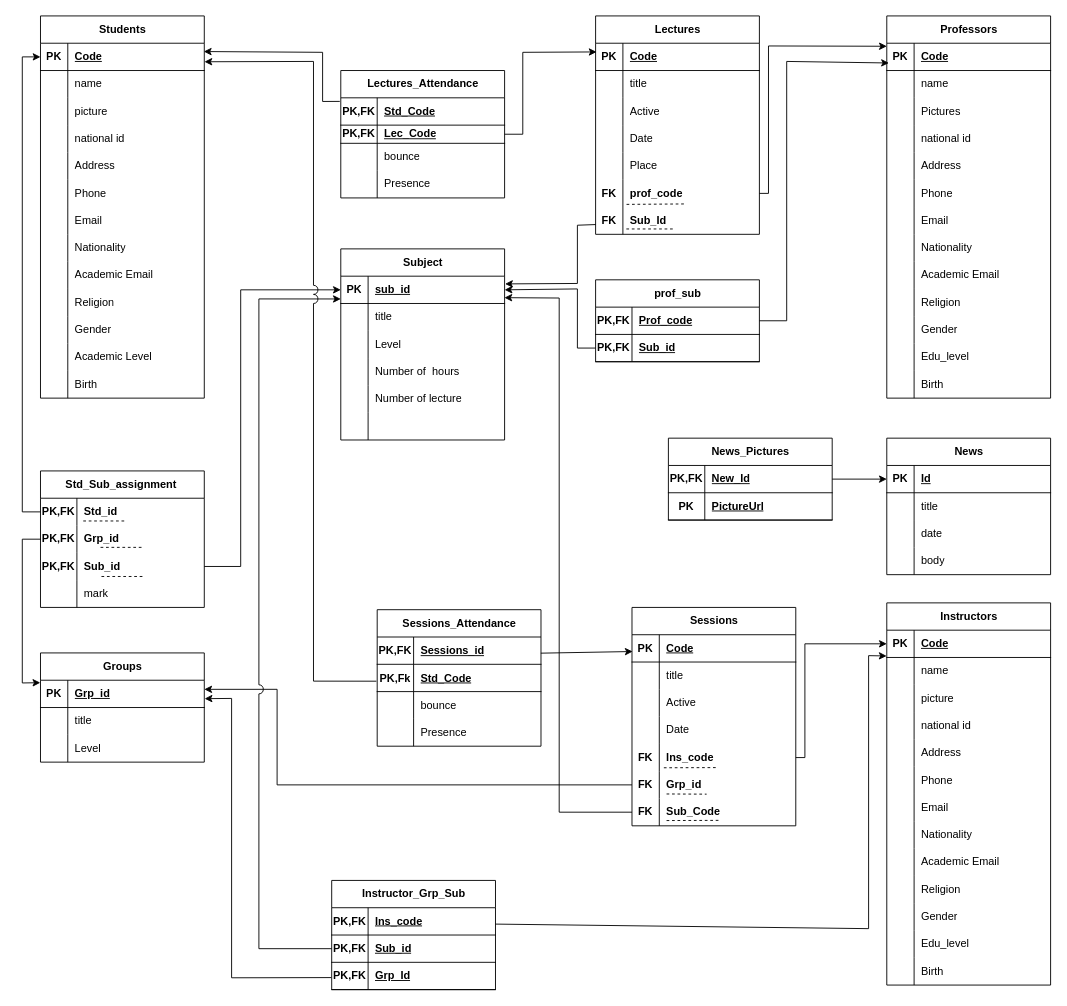
Before: Database/Mapping-schema.drawio in TulaBy/Documentation, a draw.io diagram. Source tidied: cells renumbered, new cells numbered last; positions are measured from the earlier drawing's top-left corner, leaving out a move shared by most shapes. Both pictures are drawn from the tidied source at 91%, with x=0, y=0 at pixel (22, 15).
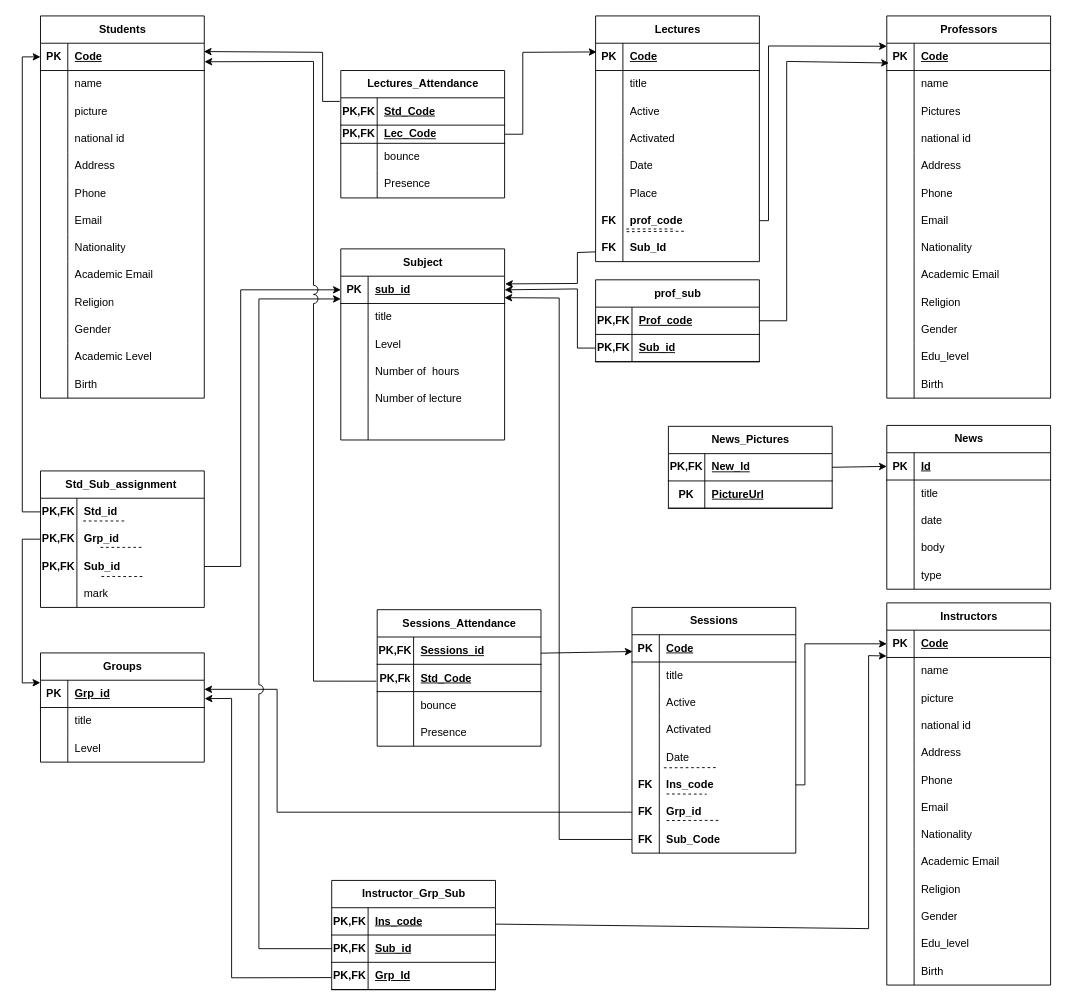
The same diagram, later.

Unchanged cells that the change refers to:
```xml
<mxCell id="56" style="shape=tableRow;horizontal=0;startSize=0;swimlaneHead=0;swimlaneBody=0;fillColor=none;points=[[0,0.5],[1,0.5]];portConstraint=eastwest;top=0;left=0;right=0;bottom=1;" parent="55" vertex="1">
  <mxGeometry y="30" width="180" height="30" as="geometry" />
</mxCell>
<mxCell id="66" style="shape=tableRow;horizontal=0;startSize=0;swimlaneHead=0;swimlaneBody=0;fillColor=none;points=[[0,0.5],[1,0.5]];portConstraint=eastwest;top=0;left=0;right=0;bottom=1;" parent="65" vertex="1">
  <mxGeometry y="30" width="180" height="30" as="geometry" />
</mxCell>
<mxCell id="144" style="shape=tableRow;horizontal=0;startSize=0;swimlaneHead=0;swimlaneBody=0;fillColor=none;points=[[0,0.5],[1,0.5]];portConstraint=eastwest;top=0;left=0;right=0;bottom=1;rounded=0;" parent="143" vertex="1">
  <mxGeometry y="30" width="180" height="30" as="geometry" />
</mxCell>
<mxCell id="193" style="shape=tableRow;horizontal=0;startSize=0;swimlaneHead=0;swimlaneBody=0;fillColor=none;points=[[0,0.5],[1,0.5]];portConstraint=eastwest;top=0;left=0;right=0;bottom=1;rounded=0;" parent="192" vertex="1">
  <mxGeometry y="30" width="180" height="30" as="geometry" />
</mxCell>
```

What changed in the source:
```diff
@@
     <mxCell id="2" value="News" style="shape=table;startSize=30;childLayout=tableLayout;rowLines=0;fontStyle=1;align=center;html=1;" parent="1" vertex="1">
-      <mxGeometry x="950" y="464" width="180" height="150" as="geometry" />
+      <mxGeometry x="950" y="450" width="180" height="180" as="geometry" />
     </mxCell>
@@
+    <mxCell id="297" style="shape=tableRow;horizontal=0;startSize=0;swimlaneHead=0;swimlaneBody=0;fillColor=none;top=0;left=0;right=0;bottom=0;" parent="2" vertex="1">
+      <mxGeometry y="150" width="180" height="30" as="geometry" />
+    </mxCell>
+    <mxCell id="298" style="shape=partialRectangle;fillColor=none;top=0;left=0;bottom=0;right=0;overflow=hidden;whiteSpace=wrap;html=1;" parent="297" vertex="1">
+      <mxGeometry width="30" height="30" as="geometry" />
+    </mxCell>
+    <mxCell id="299" value="type" style="shape=partialRectangle;fillColor=none;top=0;left=0;bottom=0;right=0;align=left;spacingLeft=6;overflow=hidden;whiteSpace=wrap;html=1;" parent="297" vertex="1">
+      <mxGeometry x="30" width="150" height="30" as="geometry" />
+    </mxCell>
@@
     <mxCell id="103" value="Lectures" style="shape=table;startSize=30;childLayout=tableLayout;rowLines=0;fontStyle=1;align=center;html=1;" parent="1" vertex="1">
-      <mxGeometry x="630" width="180" height="240" as="geometry" />
+      <mxGeometry x="630" width="180" height="270" as="geometry" />
     </mxCell>
@@
+    <mxCell id="300" style="shape=tableRow;horizontal=0;startSize=0;swimlaneHead=0;swimlaneBody=0;fillColor=none;top=0;left=0;right=0;bottom=0;" parent="103" vertex="1">
+      <mxGeometry y="120" width="180" height="30" as="geometry" />
+    </mxCell>
+    <mxCell id="301" style="shape=partialRectangle;fillColor=none;top=0;left=0;bottom=0;right=0;overflow=hidden;whiteSpace=wrap;html=1;" parent="300" vertex="1">
+      <mxGeometry width="30" height="30" as="geometry" />
+    </mxCell>
+    <mxCell id="302" value="Activated" style="shape=partialRectangle;fillColor=none;top=0;left=0;bottom=0;right=0;align=left;spacingLeft=6;overflow=hidden;whiteSpace=wrap;html=1;" parent="300" vertex="1">
+      <mxGeometry x="30" width="150" height="30" as="geometry" />
+    </mxCell>
     <mxCell id="113" style="shape=tableRow;horizontal=0;startSize=0;swimlaneHead=0;swimlaneBody=0;fillColor=none;top=0;left=0;right=0;bottom=0;" parent="103" vertex="1">
-      <mxGeometry y="120" width="180" height="30" as="geometry" />
+      <mxGeometry y="150" width="180" height="30" as="geometry" />
     </mxCell>
@@
     <mxCell id="116" style="shape=tableRow;horizontal=0;startSize=0;swimlaneHead=0;swimlaneBody=0;fillColor=none;top=0;left=0;right=0;bottom=0;" parent="103" vertex="1">
-      <mxGeometry y="150" width="180" height="30" as="geometry" />
+      <mxGeometry y="180" width="180" height="30" as="geometry" />
     </mxCell>
@@
     <mxCell id="119" style="shape=tableRow;horizontal=0;startSize=0;swimlaneHead=0;swimlaneBody=0;fillColor=none;points=[[0,0.5],[1,0.5]];portConstraint=eastwest;top=0;left=0;right=0;bottom=0;" parent="103" vertex="1">
-      <mxGeometry y="180" width="180" height="30" as="geometry" />
+      <mxGeometry y="210" width="180" height="30" as="geometry" />
     </mxCell>
@@
     <mxCell id="122" style="shape=tableRow;horizontal=0;startSize=0;swimlaneHead=0;swimlaneBody=0;fillColor=none;points=[[0,0.5],[1,0.5]];portConstraint=eastwest;top=0;left=0;right=0;bottom=0;" parent="103" vertex="1">
-      <mxGeometry y="210" width="180" height="30" as="geometry" />
+      <mxGeometry y="240" width="180" height="30" as="geometry" />
     </mxCell>
@@
     <mxCell id="142" style="endArrow=classic;html=1;rounded=0;entryX=1.003;entryY=0.283;entryDx=0;entryDy=0;exitX=0.001;exitY=0.642;exitDx=0;exitDy=0;jumpStyle=arc;jumpSize=10;entryPerimeter=0;exitPerimeter=0;" parent="1" edge="1" source="122" target="66">
       <mxGeometry relative="1" as="geometry">
         <Array as="points">
-          <mxPoint x="610" y="230" />
+          <mxPoint x="610" y="260" />
           <mxPoint x="610" y="294" />
         </Array>
       </mxGeometry>
     </mxCell>
@@
     <mxCell id="244" value="Sessions" style="shape=table;startSize=30;childLayout=tableLayout;rowLines=0;fontStyle=1;align=center;html=1;" parent="1" vertex="1">
-      <mxGeometry x="670" y="650" width="180" height="240" as="geometry" />
+      <mxGeometry x="670" y="650" width="180" height="270" as="geometry" />
     </mxCell>
@@
+    <mxCell id="303" style="shape=tableRow;horizontal=0;startSize=0;swimlaneHead=0;swimlaneBody=0;fillColor=none;top=0;left=0;right=0;bottom=0;" parent="244" vertex="1">
+      <mxGeometry y="120" width="180" height="30" as="geometry" />
+    </mxCell>
+    <mxCell id="304" style="shape=partialRectangle;fillColor=none;top=0;left=0;bottom=0;right=0;overflow=hidden;whiteSpace=wrap;html=1;" parent="303" vertex="1">
+      <mxGeometry width="30" height="30" as="geometry" />
+    </mxCell>
+    <mxCell id="305" value="Activated" style="shape=partialRectangle;fillColor=none;top=0;left=0;bottom=0;right=0;align=left;spacingLeft=6;overflow=hidden;whiteSpace=wrap;html=1;" parent="303" vertex="1">
+      <mxGeometry x="30" width="150" height="30" as="geometry" />
+    </mxCell>
     <mxCell id="254" style="shape=tableRow;horizontal=0;startSize=0;swimlaneHead=0;swimlaneBody=0;fillColor=none;top=0;left=0;right=0;bottom=0;" parent="244" vertex="1">
-      <mxGeometry y="120" width="180" height="30" as="geometry" />
+      <mxGeometry y="150" width="180" height="30" as="geometry" />
     </mxCell>
@@
     <mxCell id="257" style="shape=tableRow;horizontal=0;startSize=0;swimlaneHead=0;swimlaneBody=0;fillColor=none;points=[[0,0.5],[1,0.5]];portConstraint=eastwest;top=0;left=0;right=0;bottom=0;" parent="244" vertex="1">
-      <mxGeometry y="150" width="180" height="30" as="geometry" />
+      <mxGeometry y="180" width="180" height="30" as="geometry" />
     </mxCell>
@@
     <mxCell id="261" style="shape=tableRow;horizontal=0;startSize=0;swimlaneHead=0;swimlaneBody=0;fillColor=none;points=[[0,0.5],[1,0.5]];portConstraint=eastwest;top=0;left=0;right=0;bottom=0;" parent="244" vertex="1">
-      <mxGeometry y="180" width="180" height="30" as="geometry" />
+      <mxGeometry y="210" width="180" height="30" as="geometry" />
     </mxCell>
@@
     <mxCell id="264" style="shape=tableRow;horizontal=0;startSize=0;swimlaneHead=0;swimlaneBody=0;fillColor=none;points=[[0,0.5],[1,0.5]];portConstraint=eastwest;top=0;left=0;right=0;bottom=0;" parent="244" vertex="1">
-      <mxGeometry y="210" width="180" height="30" as="geometry" />
+      <mxGeometry y="240" width="180" height="30" as="geometry" />
     </mxCell>
@@
     <mxCell id="268" style="endArrow=classic;html=1;rounded=0;entryX=0;entryY=0.111;entryDx=0;entryDy=0;exitX=1;exitY=0.5;exitDx=0;exitDy=0;entryPerimeter=0;" parent="1" edge="1" source="119" target="144">
       <mxGeometry relative="1" as="geometry">
         <Array as="points">
-          <mxPoint x="820" y="195" />
+          <mxPoint x="820" y="225" />
           <mxPoint x="820" y="33" />
         </Array>
       </mxGeometry>
     </mxCell>
     <mxCell id="269" style="endArrow=classic;html=1;rounded=0;entryX=0;entryY=0.5;entryDx=0;entryDy=0;exitX=1;exitY=0.5;exitDx=0;exitDy=0;" parent="1" edge="1" source="257" target="193">
       <mxGeometry relative="1" as="geometry">
         <Array as="points">
-          <mxPoint x="860" y="815" />
+          <mxPoint x="860" y="845" />
           <mxPoint x="860" y="690" />
         </Array>
       </mxGeometry>
     </mxCell>
     <mxCell id="270" style="endArrow=classic;html=1;rounded=0;entryX=1;entryY=0.334;entryDx=0;entryDy=0;entryPerimeter=0;exitX=0;exitY=0.5;exitDx=0;exitDy=0;" parent="1" edge="1" source="261" target="56">
       <mxGeometry relative="1" as="geometry">
         <Array as="points">
-          <mxPoint x="280" y="845" />
+          <mxPoint x="280" y="875" />
           <mxPoint x="280" y="740" />
         </Array>
       </mxGeometry>
     </mxCell>
@@
     <mxCell id="287" value="News_Pictures" style="shape=table;startSize=30;childLayout=tableLayout;rowLines=0;fontStyle=1;align=center;html=1;" parent="1" vertex="1">
-      <mxGeometry x="710" y="464" width="180" height="90" as="geometry" />
+      <mxGeometry x="710" y="451" width="180" height="90" as="geometry" />
     </mxCell>
@@
     <mxCell id="296" style="endArrow=classic;html=1;rounded=0;entryX=0.999;entryY=0.787;entryDx=0;entryDy=0;exitX=0;exitY=0.5;exitDx=0;exitDy=0;entryPerimeter=0;" parent="1" edge="1" source="264" target="66">
       <mxGeometry relative="1" as="geometry">
         <Array as="points">
-          <mxPoint x="590" y="875" />
+          <mxPoint x="590" y="905" />
           <mxPoint x="590" y="310" />
         </Array>
       </mxGeometry>
     </mxCell>
```
